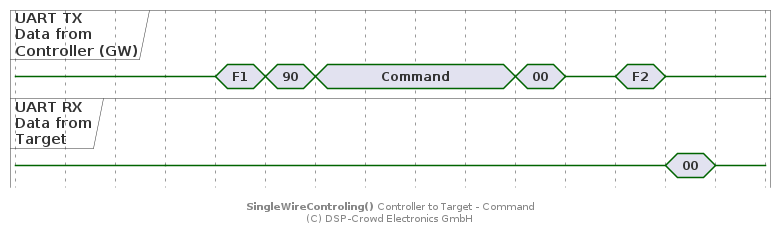
Before: doc/system/protocol/B0_swt-ctrl-to-target_cmd.png, a diagram exported from PlantUML (NoOrientationProgramming/code-orb).
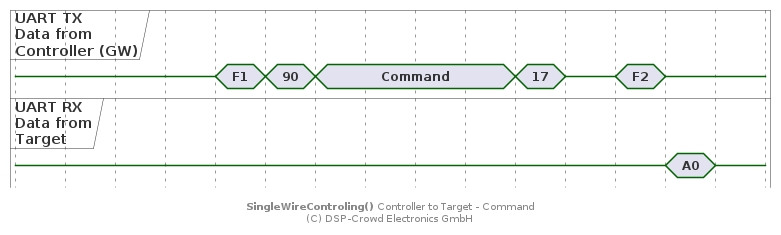
After the commit.

Diff of the diagram source:
```diff
@@ -23,7 +23,7 @@
 ctrl is "Command"
 
 @+80
-ctrl is "00"
+ctrl is "17"
 
 @+20
 ctrl is {-}
@@ -33,7 +33,7 @@
 
 @+20
 ctrl is {-}
-tar is "00"
+tar is "A0"
 
 @+20
 tar is {-}
```
